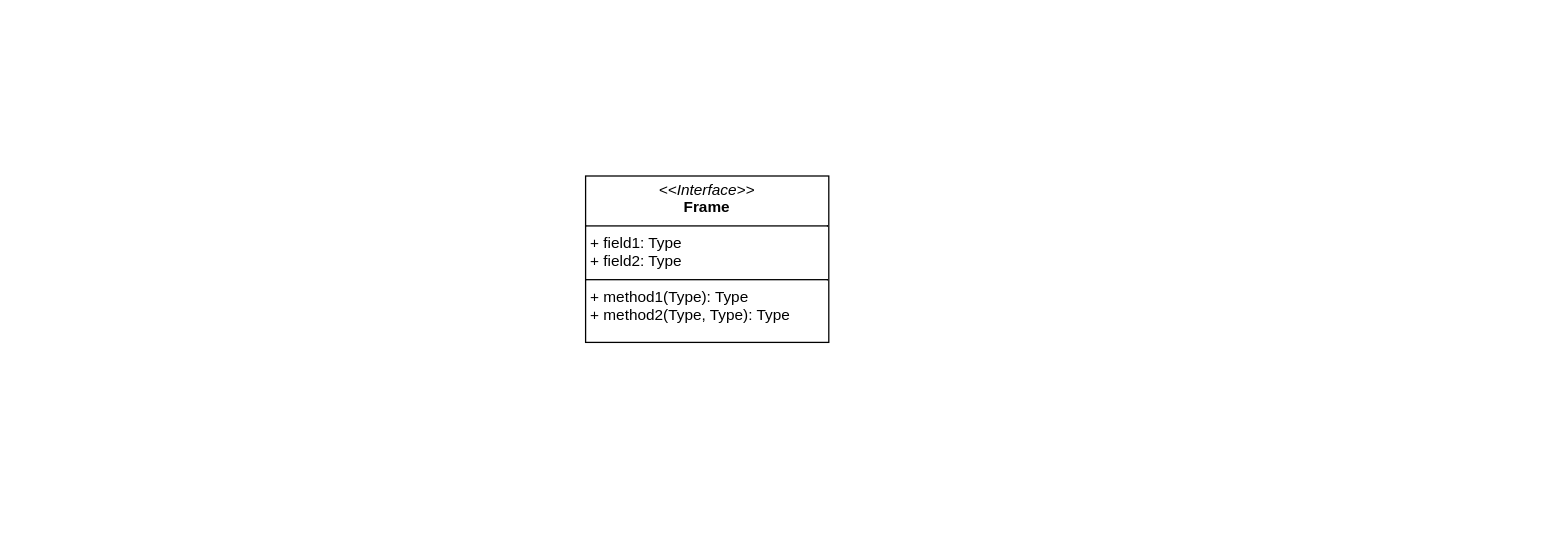
Before: 제목 없는 다이어그램.drawio in sjmmics/bowling, a draw.io diagram. Source tidied: cells renumbered, new cells numbered last; positions are measured from the earlier drawing's top-left corner, leaving out a move shared by most shapes. Both pictures are drawn from the tidied source at 128%, with x=0, y=0 at pixel (585, 175).
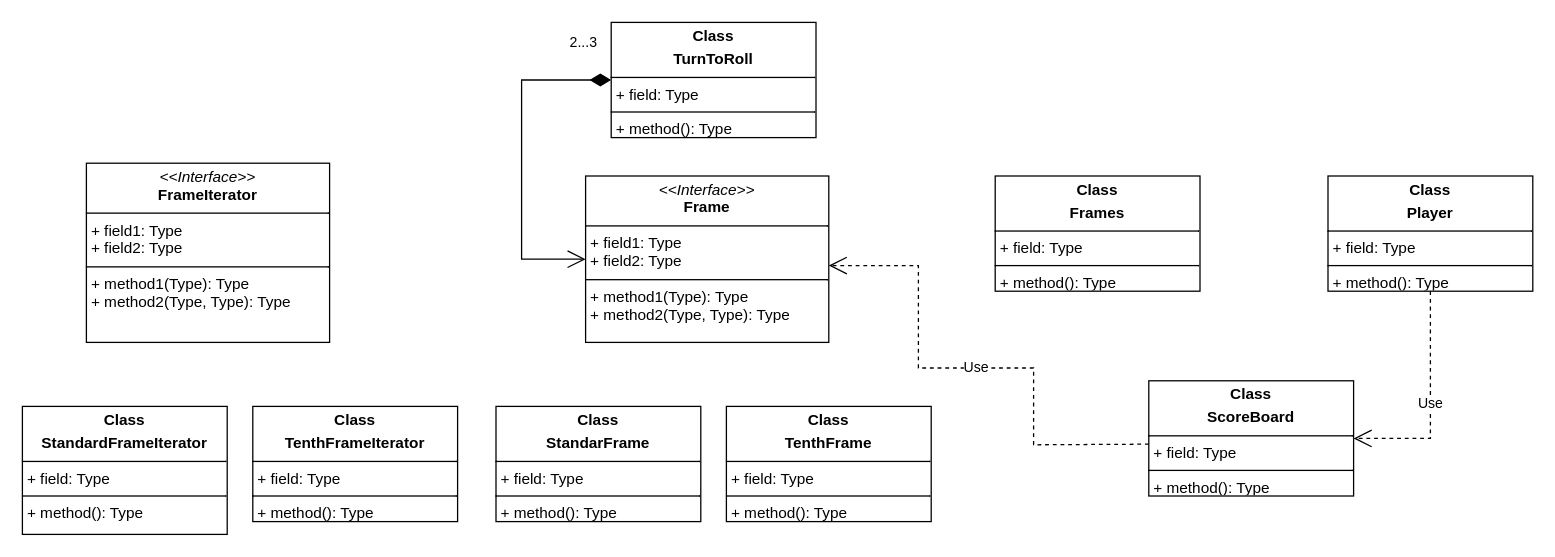
The same diagram, later.

Commit message:
제목 없는 다이어그램.drawio 업데이트

The change refers to these unchanged cells:
```xml
<mxCell id="2" value="&lt;p style=&quot;margin:0px;margin-top:4px;text-align:center;&quot;&gt;&lt;i&gt;&amp;lt;&amp;lt;Interface&amp;gt;&amp;gt;&lt;/i&gt;&lt;br&gt;&lt;b&gt;Frame&lt;/b&gt;&lt;/p&gt;&lt;hr size=&quot;1&quot; style=&quot;border-style:solid;&quot;&gt;&lt;p style=&quot;margin:0px;margin-left:4px;&quot;&gt;+ field1: Type&lt;br&gt;+ field2: Type&lt;/p&gt;&lt;hr size=&quot;1&quot; style=&quot;border-style:solid;&quot;&gt;&lt;p style=&quot;margin:0px;margin-left:4px;&quot;&gt;+ method1(Type): Type&lt;br&gt;+ method2(Type, Type): Type&lt;/p&gt;" style="verticalAlign=top;align=left;overflow=fill;html=1;whiteSpace=wrap;" parent="1" vertex="1">
  <mxGeometry width="190" height="130" as="geometry" />
</mxCell>
```

Change to the diagram source:
```diff
@@
+    <mxCell id="3" value="&lt;p style=&quot;margin:0px;margin-top:4px;text-align:center;&quot;&gt;&lt;i&gt;&amp;lt;&amp;lt;Interface&amp;gt;&amp;gt;&lt;/i&gt;&lt;br&gt;&lt;b&gt;FrameIterator&lt;/b&gt;&lt;/p&gt;&lt;hr size=&quot;1&quot; style=&quot;border-style:solid;&quot;&gt;&lt;p style=&quot;margin:0px;margin-left:4px;&quot;&gt;+ field1: Type&lt;br&gt;+ field2: Type&lt;/p&gt;&lt;hr size=&quot;1&quot; style=&quot;border-style:solid;&quot;&gt;&lt;p style=&quot;margin:0px;margin-left:4px;&quot;&gt;+ method1(Type): Type&lt;br&gt;+ method2(Type, Type): Type&lt;/p&gt;" style="verticalAlign=top;align=left;overflow=fill;html=1;whiteSpace=wrap;" parent="1" vertex="1">
+      <mxGeometry x="-390" y="-10" width="190" height="140" as="geometry" />
+    </mxCell>
+    <mxCell id="4" value="&lt;p style=&quot;margin:0px;margin-top:4px;text-align:center;&quot;&gt;&lt;b&gt;Class&lt;/b&gt;&lt;/p&gt;&lt;p style=&quot;margin:0px;margin-top:4px;text-align:center;&quot;&gt;&lt;b&gt;TenthFrame&lt;/b&gt;&lt;/p&gt;&lt;hr size=&quot;1&quot; style=&quot;border-style:solid;&quot;&gt;&lt;p style=&quot;margin:0px;margin-left:4px;&quot;&gt;+ field: Type&lt;/p&gt;&lt;hr size=&quot;1&quot; style=&quot;border-style:solid;&quot;&gt;&lt;p style=&quot;margin:0px;margin-left:4px;&quot;&gt;+ method(): Type&lt;/p&gt;" style="verticalAlign=top;align=left;overflow=fill;html=1;whiteSpace=wrap;" parent="1" vertex="1">
+      <mxGeometry x="110" y="180" width="160" height="90" as="geometry" />
+    </mxCell>
+    <mxCell id="5" value="&lt;p style=&quot;margin:0px;margin-top:4px;text-align:center;&quot;&gt;&lt;b&gt;Class&lt;/b&gt;&lt;/p&gt;&lt;p style=&quot;margin:0px;margin-top:4px;text-align:center;&quot;&gt;&lt;b&gt;StandardFrameIterator&lt;/b&gt;&lt;/p&gt;&lt;hr size=&quot;1&quot; style=&quot;border-style:solid;&quot;&gt;&lt;p style=&quot;margin:0px;margin-left:4px;&quot;&gt;+ field: Type&lt;/p&gt;&lt;hr size=&quot;1&quot; style=&quot;border-style:solid;&quot;&gt;&lt;p style=&quot;margin:0px;margin-left:4px;&quot;&gt;+ method(): Type&lt;/p&gt;" style="verticalAlign=top;align=left;overflow=fill;html=1;whiteSpace=wrap;" parent="1" vertex="1">
+      <mxGeometry x="-440" y="180" width="160" height="100" as="geometry" />
+    </mxCell>
+    <mxCell id="6" value="&lt;p style=&quot;margin:0px;margin-top:4px;text-align:center;&quot;&gt;&lt;b&gt;Class&lt;/b&gt;&lt;/p&gt;&lt;p style=&quot;margin:0px;margin-top:4px;text-align:center;&quot;&gt;&lt;b&gt;TenthFrameIterator&lt;/b&gt;&lt;/p&gt;&lt;hr size=&quot;1&quot; style=&quot;border-style:solid;&quot;&gt;&lt;p style=&quot;margin:0px;margin-left:4px;&quot;&gt;+ field: Type&lt;/p&gt;&lt;hr size=&quot;1&quot; style=&quot;border-style:solid;&quot;&gt;&lt;p style=&quot;margin:0px;margin-left:4px;&quot;&gt;+ method(): Type&lt;/p&gt;" style="verticalAlign=top;align=left;overflow=fill;html=1;whiteSpace=wrap;" parent="1" vertex="1">
+      <mxGeometry x="-260" y="180" width="160" height="90" as="geometry" />
+    </mxCell>
+    <mxCell id="7" value="&lt;p style=&quot;margin:0px;margin-top:4px;text-align:center;&quot;&gt;&lt;b&gt;Class&lt;/b&gt;&lt;/p&gt;&lt;p style=&quot;margin:0px;margin-top:4px;text-align:center;&quot;&gt;&lt;b&gt;StandarFrame&lt;/b&gt;&lt;/p&gt;&lt;hr size=&quot;1&quot; style=&quot;border-style:solid;&quot;&gt;&lt;p style=&quot;margin:0px;margin-left:4px;&quot;&gt;+ field: Type&lt;/p&gt;&lt;hr size=&quot;1&quot; style=&quot;border-style:solid;&quot;&gt;&lt;p style=&quot;margin:0px;margin-left:4px;&quot;&gt;+ method(): Type&lt;/p&gt;" style="verticalAlign=top;align=left;overflow=fill;html=1;whiteSpace=wrap;" parent="1" vertex="1">
+      <mxGeometry x="-70" y="180" width="160" height="90" as="geometry" />
+    </mxCell>
+    <mxCell id="8" value="&lt;p style=&quot;margin:0px;margin-top:4px;text-align:center;&quot;&gt;&lt;b&gt;Class&lt;/b&gt;&lt;/p&gt;&lt;p style=&quot;margin:0px;margin-top:4px;text-align:center;&quot;&gt;&lt;b&gt;Frames&lt;/b&gt;&lt;/p&gt;&lt;hr size=&quot;1&quot; style=&quot;border-style:solid;&quot;&gt;&lt;p style=&quot;margin:0px;margin-left:4px;&quot;&gt;+ field: Type&lt;/p&gt;&lt;hr size=&quot;1&quot; style=&quot;border-style:solid;&quot;&gt;&lt;p style=&quot;margin:0px;margin-left:4px;&quot;&gt;+ method(): Type&lt;/p&gt;" style="verticalAlign=top;align=left;overflow=fill;html=1;whiteSpace=wrap;" parent="1" vertex="1">
+      <mxGeometry x="320" width="160" height="90" as="geometry" />
+    </mxCell>
+    <mxCell id="9" value="&lt;p style=&quot;margin:0px;margin-top:4px;text-align:center;&quot;&gt;&lt;b&gt;Class&lt;/b&gt;&lt;/p&gt;&lt;p style=&quot;margin:0px;margin-top:4px;text-align:center;&quot;&gt;&lt;b&gt;Player&lt;/b&gt;&lt;/p&gt;&lt;hr size=&quot;1&quot; style=&quot;border-style:solid;&quot;&gt;&lt;p style=&quot;margin:0px;margin-left:4px;&quot;&gt;+ field: Type&lt;/p&gt;&lt;hr size=&quot;1&quot; style=&quot;border-style:solid;&quot;&gt;&lt;p style=&quot;margin:0px;margin-left:4px;&quot;&gt;+ method(): Type&lt;/p&gt;" style="verticalAlign=top;align=left;overflow=fill;html=1;whiteSpace=wrap;" parent="1" vertex="1">
+      <mxGeometry x="580" width="160" height="90" as="geometry" />
+    </mxCell>
+    <mxCell id="10" value="&lt;p style=&quot;margin:0px;margin-top:4px;text-align:center;&quot;&gt;&lt;b&gt;Class&lt;/b&gt;&lt;/p&gt;&lt;p style=&quot;margin:0px;margin-top:4px;text-align:center;&quot;&gt;&lt;b&gt;ScoreBoard&lt;/b&gt;&lt;/p&gt;&lt;hr size=&quot;1&quot; style=&quot;border-style:solid;&quot;&gt;&lt;p style=&quot;margin:0px;margin-left:4px;&quot;&gt;+ field: Type&lt;/p&gt;&lt;hr size=&quot;1&quot; style=&quot;border-style:solid;&quot;&gt;&lt;p style=&quot;margin:0px;margin-left:4px;&quot;&gt;+ method(): Type&lt;/p&gt;" style="verticalAlign=top;align=left;overflow=fill;html=1;whiteSpace=wrap;" parent="1" vertex="1">
+      <mxGeometry x="440" y="160" width="160" height="90" as="geometry" />
+    </mxCell>
+    <mxCell id="11" value="&lt;p style=&quot;margin:0px;margin-top:4px;text-align:center;&quot;&gt;&lt;b&gt;Class&lt;/b&gt;&lt;/p&gt;&lt;p style=&quot;margin:0px;margin-top:4px;text-align:center;&quot;&gt;&lt;b&gt;TurnToRoll&lt;/b&gt;&lt;/p&gt;&lt;hr size=&quot;1&quot; style=&quot;border-style:solid;&quot;&gt;&lt;p style=&quot;margin:0px;margin-left:4px;&quot;&gt;+ field: Type&lt;/p&gt;&lt;hr size=&quot;1&quot; style=&quot;border-style:solid;&quot;&gt;&lt;p style=&quot;margin:0px;margin-left:4px;&quot;&gt;+ method(): Type&lt;/p&gt;" style="verticalAlign=top;align=left;overflow=fill;html=1;whiteSpace=wrap;" parent="1" vertex="1">
+      <mxGeometry x="20" y="-120" width="160" height="90" as="geometry" />
+    </mxCell>
+    <mxCell id="12" value="2...3" style="endArrow=open;html=1;endSize=12;startArrow=diamondThin;startSize=14;startFill=1;edgeStyle=orthogonalEdgeStyle;align=left;verticalAlign=bottom;rounded=0;exitX=0;exitY=0.5;exitDx=0;exitDy=0;entryX=0;entryY=0.5;entryDx=0;entryDy=0;" parent="1" edge="1" source="11" target="2">
+      <mxGeometry x="-0.74" y="-20" relative="1" as="geometry">
+        <Array as="points">
+          <mxPoint x="-50" y="-75" />
+          <mxPoint x="-50" y="65" />
+        </Array>
+      </mxGeometry>
+    </mxCell>
+    <mxCell id="13" value="Use" style="endArrow=open;endSize=12;dashed=1;html=1;rounded=0;exitX=0.5;exitY=1;exitDx=0;exitDy=0;entryX=1;entryY=0.5;entryDx=0;entryDy=0;" parent="1" edge="1" source="9" target="10">
+      <mxGeometry relative="1" as="geometry">
+        <Array as="points">
+          <mxPoint x="660" y="205" />
+        </Array>
+      </mxGeometry>
+    </mxCell>
+    <mxCell id="14" value="Use" style="endArrow=open;endSize=12;dashed=1;html=1;rounded=0;entryX=1;entryY=0.5;entryDx=0;entryDy=0;" parent="1" edge="1">
+      <mxGeometry relative="1" as="geometry">
+        <mxPoint x="440" y="209.5" as="sourcePoint" />
+        <mxPoint x="190" y="70" as="targetPoint" />
+        <Array as="points">
+          <mxPoint x="350" y="210" />
+          <mxPoint x="350" y="150" />
+          <mxPoint x="260" y="150" />
+          <mxPoint x="260" y="70" />
+        </Array>
+      </mxGeometry>
+    </mxCell>
```
